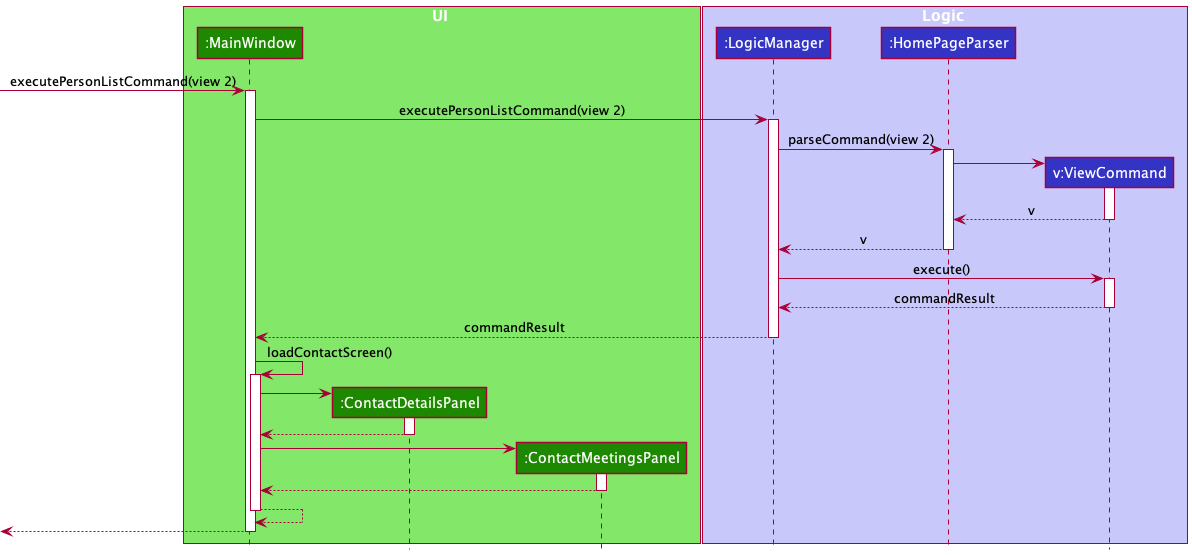
Above: docs/images/ViewCommandSequenceDiagram.png in tonishka/tp (PlantUML), before the change.
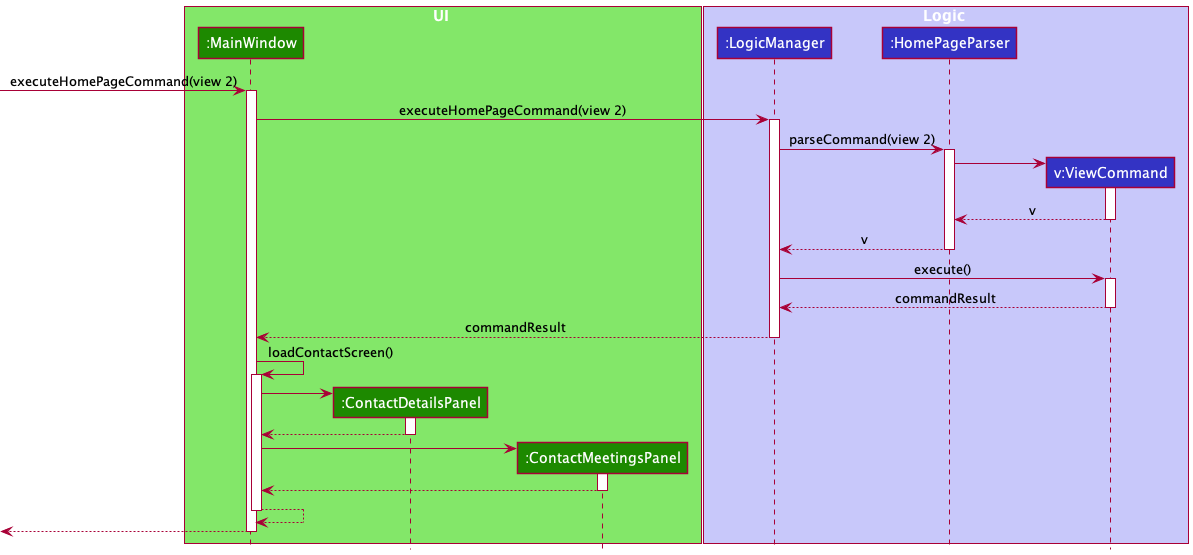
After the change.

The edit, as a diff of the source:
```diff
@@ -13,10 +13,10 @@
 participant "v:ViewCommand" as ViewCommand LOGIC_COLOR
 end box
 
--> MainWindow : executePersonListCommand(view 2)
+-> MainWindow : executeHomePageCommand(view 2)
 activate MainWindow
 
-MainWindow -> LogicManager:executePersonListCommand(view 2)
+MainWindow -> LogicManager:executeHomePageCommand(view 2)
 activate LogicManager
 
 LogicManager -> HomePageParser : parseCommand(view 2)
```
